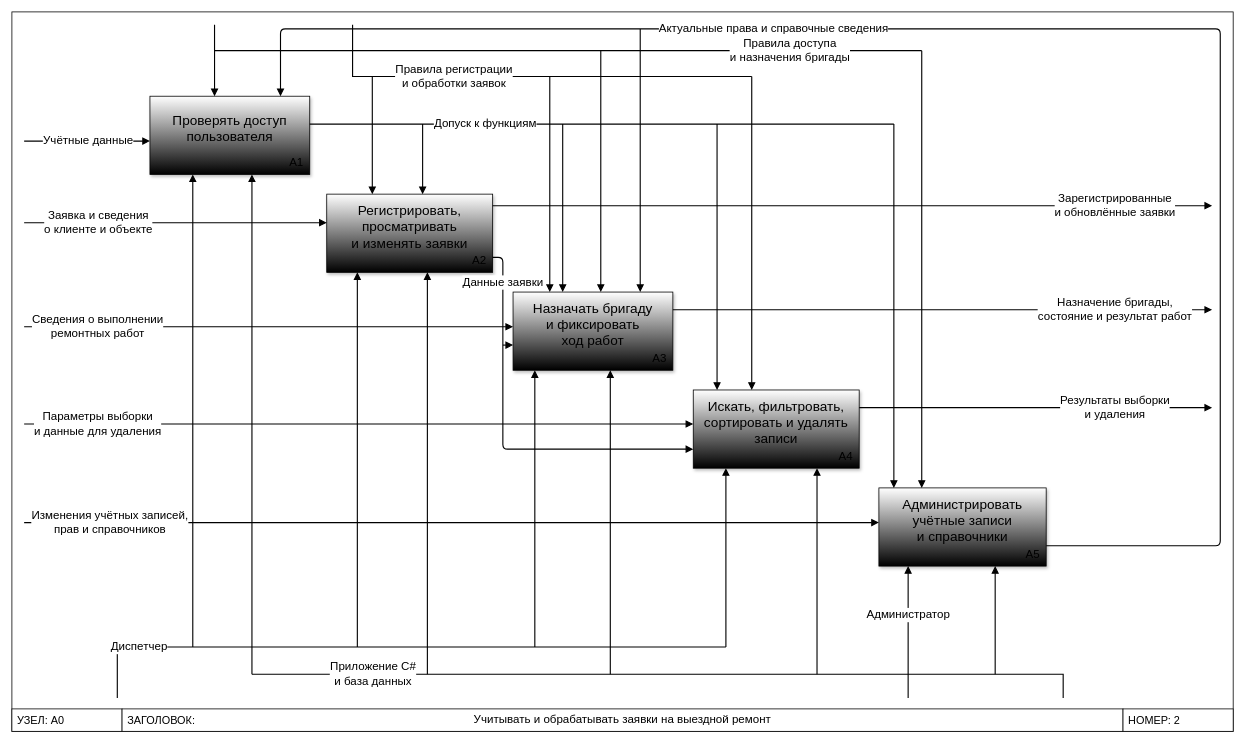
The draw.io diagram page "02 Диаграмма декомпозиции A0" (2 of 7) of skills/coursework-diagrams/assets/repair-requests.drawio in NXR333/codex-skills, before the edit. Source tidied: cells renumbered, new cells numbered last; positions are measured from the earlier drawing's top-left corner, leaving out a move shared by most shapes. Both pictures are drawn from the tidied source at 68%, with x=0, y=0 at pixel (12, 12).
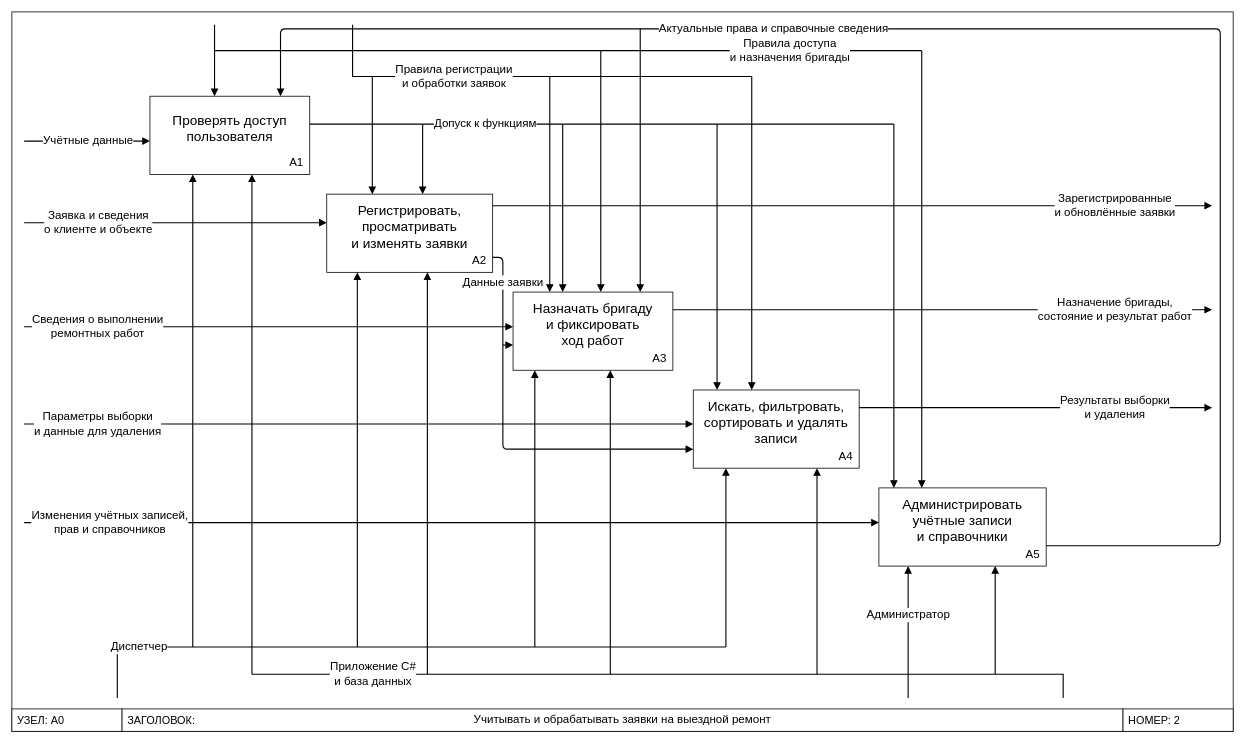
After the change.

Diff of the diagram source:
```diff
@@
-    <mxCell id="10" value="Проверять доступ&lt;br&gt;пользователя" style="html=1;fontFamily=Arial;fontColor=#000000;rect;rounded=0;whiteSpace=wrap;strokeColor=#000000;fillColor=#FFFFFF;strokeWidth=1.15;fontSize=20;spacing=3;gradientColor=#000000;gradientDirection=south;shadow=1;fontSize=20;spacingBottom=21;" parent="1" vertex="1">
+    <mxCell id="10" value="Проверять доступ&lt;br&gt;пользователя" style="html=1;fontFamily=Arial;fontColor=#000000;rect;rounded=0;whiteSpace=wrap;strokeColor=#000000;fillColor=#FFFFFF;strokeWidth=1.15;fontSize=20;spacing=3;gradientColor=none;gradientDirection=south;shadow=0;fontSize=20;spacingBottom=21;" parent="1" vertex="1">
       <mxGeometry x="203" y="124" width="235" height="115" as="geometry" />
     </mxCell>
@@
-    <mxCell id="12" value="Регистрировать,&lt;br&gt;просматривать&lt;br&gt;и изменять заявки" style="html=1;fontFamily=Arial;fontColor=#000000;rect;rounded=0;whiteSpace=wrap;strokeColor=#000000;fillColor=#FFFFFF;strokeWidth=1.15;fontSize=20;spacing=3;gradientColor=#000000;gradientDirection=south;shadow=1;fontSize=20;spacingBottom=21;" parent="1" vertex="1">
+    <mxCell id="12" value="Регистрировать,&lt;br&gt;просматривать&lt;br&gt;и изменять заявки" style="html=1;fontFamily=Arial;fontColor=#000000;rect;rounded=0;whiteSpace=wrap;strokeColor=#000000;fillColor=#FFFFFF;strokeWidth=1.15;fontSize=20;spacing=3;gradientColor=none;gradientDirection=south;shadow=0;fontSize=20;spacingBottom=21;" parent="1" vertex="1">
       <mxGeometry x="463" y="268" width="244" height="115" as="geometry" />
     </mxCell>
@@
-    <mxCell id="14" value="Назначать бригаду&lt;br&gt;и фиксировать&lt;br&gt;ход работ" style="html=1;fontFamily=Arial;fontColor=#000000;rect;rounded=0;whiteSpace=wrap;strokeColor=#000000;fillColor=#FFFFFF;strokeWidth=1.15;fontSize=20;spacing=3;gradientColor=#000000;gradientDirection=south;shadow=1;fontSize=20;spacingBottom=21;" parent="1" vertex="1">
+    <mxCell id="14" value="Назначать бригаду&lt;br&gt;и фиксировать&lt;br&gt;ход работ" style="html=1;fontFamily=Arial;fontColor=#000000;rect;rounded=0;whiteSpace=wrap;strokeColor=#000000;fillColor=#FFFFFF;strokeWidth=1.15;fontSize=20;spacing=3;gradientColor=none;gradientDirection=south;shadow=0;fontSize=20;spacingBottom=21;" parent="1" vertex="1">
       <mxGeometry x="737" y="412" width="235" height="115" as="geometry" />
     </mxCell>
@@
-    <mxCell id="16" value="Искать, фильтровать,&lt;br&gt;сортировать и удалять&lt;br&gt;записи" style="html=1;fontFamily=Arial;fontColor=#000000;rect;rounded=0;whiteSpace=wrap;strokeColor=#000000;fillColor=#FFFFFF;strokeWidth=1.15;fontSize=20;spacing=3;gradientColor=#000000;gradientDirection=south;shadow=1;fontSize=20;spacingBottom=21;" parent="1" vertex="1">
+    <mxCell id="16" value="Искать, фильтровать,&lt;br&gt;сортировать и удалять&lt;br&gt;записи" style="html=1;fontFamily=Arial;fontColor=#000000;rect;rounded=0;whiteSpace=wrap;strokeColor=#000000;fillColor=#FFFFFF;strokeWidth=1.15;fontSize=20;spacing=3;gradientColor=none;gradientDirection=south;shadow=0;fontSize=20;spacingBottom=21;" parent="1" vertex="1">
       <mxGeometry x="1002" y="556" width="244" height="115" as="geometry" />
     </mxCell>
@@
-    <mxCell id="18" value="Администрировать&lt;br&gt;учётные записи&lt;br&gt;и справочники" style="html=1;fontFamily=Arial;fontColor=#000000;rect;rounded=0;whiteSpace=wrap;strokeColor=#000000;fillColor=#FFFFFF;strokeWidth=1.15;fontSize=20;spacing=3;gradientColor=#000000;gradientDirection=south;shadow=1;fontSize=20;spacingBottom=21;" parent="1" vertex="1">
+    <mxCell id="18" value="Администрировать&lt;br&gt;учётные записи&lt;br&gt;и справочники" style="html=1;fontFamily=Arial;fontColor=#000000;rect;rounded=0;whiteSpace=wrap;strokeColor=#000000;fillColor=#FFFFFF;strokeWidth=1.15;fontSize=20;spacing=3;gradientColor=none;gradientDirection=south;shadow=0;fontSize=20;spacingBottom=21;" parent="1" vertex="1">
       <mxGeometry x="1275" y="700" width="246" height="115" as="geometry" />
     </mxCell>
```
